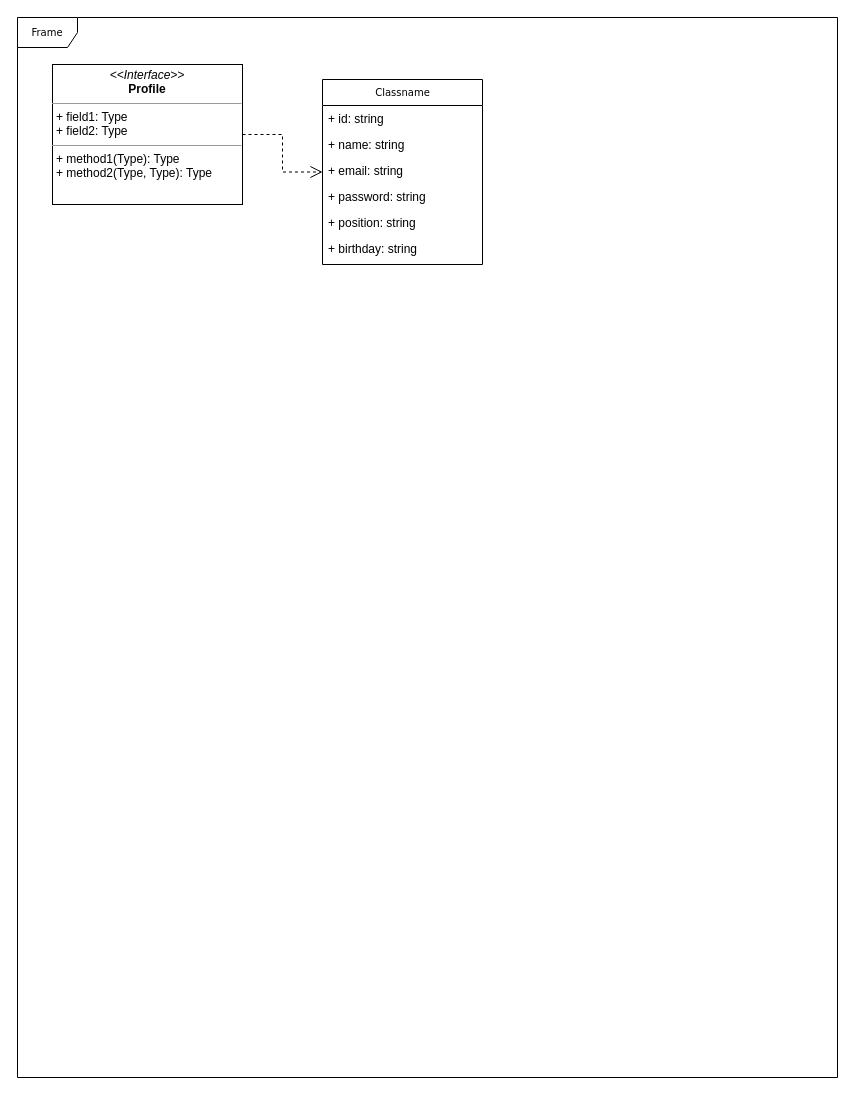
Earlier version of the draw.io diagram terceiromundo.drawio (Murilloxfogaca/Terceiro-Mundo-Futsal). Source tidied: cells renumbered, new cells numbered last; positions are measured from the earlier drawing's top-left corner, leaving out a move shared by most shapes. Both pictures are drawn from the tidied source at 100%, with x=0, y=0 at pixel (17, 17).
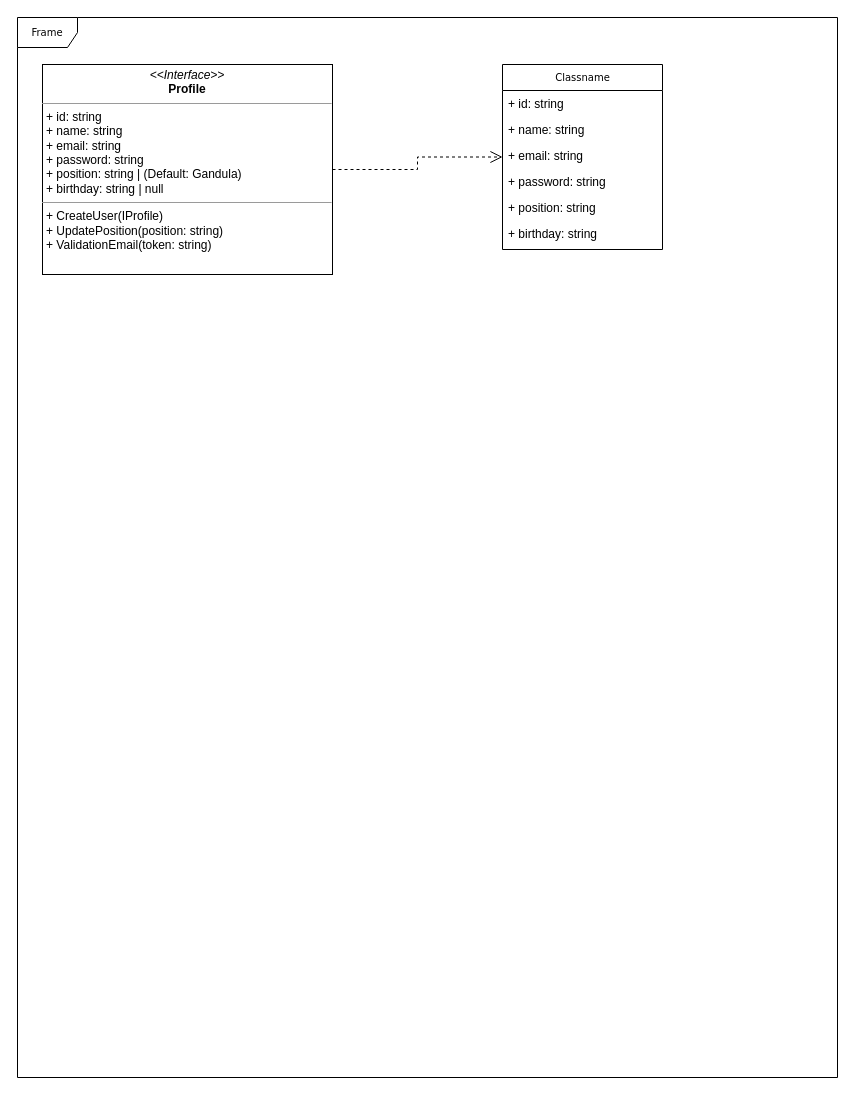
The same diagram, later.

Diff of the diagram source:
```diff
@@
 <mxGraphModel>
   <root>
     <mxCell id="0" />
     <mxCell id="1" parent="0" />
     <mxCell id="2" value="Frame" style="shape=umlFrame;whiteSpace=wrap;html=1;rounded=0;shadow=0;comic=0;labelBackgroundColor=none;strokeWidth=1;fontFamily=Verdana;fontSize=10;align=center;" parent="1" vertex="1">
       <mxGeometry width="820" height="1060" as="geometry" />
     </mxCell>
     <mxCell id="3" value="Classname" style="swimlane;html=1;fontStyle=0;horizontal=1;startSize=26;fillColor=none;swimlaneFillColor=#ffffff;rounded=0;shadow=0;comic=0;labelBackgroundColor=none;strokeWidth=1;fontFamily=Verdana;fontSize=10;align=center;" parent="1" vertex="1">
-      <mxGeometry x="305" y="62" width="160" height="185" as="geometry" />
+      <mxGeometry x="485" y="47" width="160" height="185" as="geometry" />
     </mxCell>
     <mxCell id="4" value="+ id: string" style="text;html=1;strokeColor=none;fillColor=none;align=left;verticalAlign=top;spacingLeft=4;spacingRight=4;whiteSpace=wrap;overflow=hidden;" parent="3" vertex="1">
       <mxGeometry y="26" width="160" height="26" as="geometry" />
     </mxCell>
     <mxCell id="5" value="+ name: string" style="text;html=1;strokeColor=none;fillColor=none;align=left;verticalAlign=top;spacingLeft=4;spacingRight=4;whiteSpace=wrap;overflow=hidden;" parent="3" vertex="1">
       <mxGeometry y="52" width="160" height="26" as="geometry" />
     </mxCell>
     <mxCell id="6" value="+ email: string" style="text;html=1;strokeColor=none;fillColor=none;align=left;verticalAlign=top;spacingLeft=4;spacingRight=4;whiteSpace=wrap;overflow=hidden;" parent="3" vertex="1">
       <mxGeometry y="78" width="160" height="26" as="geometry" />
     </mxCell>
     <mxCell id="7" value="+ password: string" style="text;html=1;strokeColor=none;fillColor=none;align=left;verticalAlign=top;spacingLeft=4;spacingRight=4;whiteSpace=wrap;overflow=hidden;" parent="3" vertex="1">
       <mxGeometry y="104" width="160" height="26" as="geometry" />
     </mxCell>
     <mxCell id="8" value="+ position: string" style="text;html=1;strokeColor=none;fillColor=none;align=left;verticalAlign=top;spacingLeft=4;spacingRight=4;whiteSpace=wrap;overflow=hidden;" parent="3" vertex="1">
       <mxGeometry y="130" width="160" height="26" as="geometry" />
     </mxCell>
     <mxCell id="9" value="+ birthday: string" style="text;html=1;strokeColor=none;fillColor=none;align=left;verticalAlign=top;spacingLeft=4;spacingRight=4;whiteSpace=wrap;overflow=hidden;" parent="3" vertex="1">
       <mxGeometry y="156" width="160" height="26" as="geometry" />
     </mxCell>
     <mxCell id="10" style="edgeStyle=orthogonalEdgeStyle;rounded=0;html=1;labelBackgroundColor=none;startFill=0;endArrow=open;endFill=0;endSize=10;fontFamily=Verdana;fontSize=10;dashed=1;" parent="1" edge="1" source="11" target="3">
       <mxGeometry relative="1" as="geometry" />
     </mxCell>
-    <mxCell id="11" value="&lt;p style=&quot;margin:0px;margin-top:4px;text-align:center;&quot;&gt;&lt;i&gt;&amp;lt;&amp;lt;Interface&amp;gt;&amp;gt;&lt;br&gt;&lt;/i&gt;&lt;b&gt;Profile&lt;/b&gt;&lt;br&gt;&lt;/p&gt;&lt;hr size=&quot;1&quot;&gt;&lt;p style=&quot;margin:0px;margin-left:4px;&quot;&gt;+ field1: Type&lt;br&gt;+ field2: Type&lt;/p&gt;&lt;hr size=&quot;1&quot;&gt;&lt;p style=&quot;margin:0px;margin-left:4px;&quot;&gt;+ method1(Type): Type&lt;br&gt;+ method2(Type, Type): Type&lt;/p&gt;" style="verticalAlign=top;align=left;overflow=fill;fontSize=12;fontFamily=Helvetica;html=1;rounded=0;shadow=0;comic=0;labelBackgroundColor=none;strokeWidth=1;" parent="1" vertex="1">
-      <mxGeometry x="35" y="47" width="190" height="140" as="geometry" />
+    <mxCell id="11" value="&lt;p style=&quot;margin:0px;margin-top:4px;text-align:center;&quot;&gt;&lt;i&gt;&amp;lt;&amp;lt;Interface&amp;gt;&amp;gt;&lt;br&gt;&lt;/i&gt;&lt;b&gt;Profile&lt;/b&gt;&lt;br&gt;&lt;/p&gt;&lt;hr size=&quot;1&quot;&gt;&lt;p style=&quot;margin:0px;margin-left:4px;&quot;&gt;+ id: string&lt;/p&gt;&lt;p style=&quot;margin:0px;margin-left:4px;&quot;&gt;+ name: string&lt;br&gt;+ email: string&lt;/p&gt;&lt;p style=&quot;margin:0px;margin-left:4px;&quot;&gt;+ password: string&lt;/p&gt;&lt;p style=&quot;margin:0px;margin-left:4px;&quot;&gt;+ position: string | (Default: Gandula)&lt;br&gt;&lt;/p&gt;&lt;p style=&quot;margin:0px;margin-left:4px;&quot;&gt;+ birthday: string | null&lt;br&gt;&lt;/p&gt;&lt;hr size=&quot;1&quot;&gt;&lt;p style=&quot;margin:0px;margin-left:4px;&quot;&gt;+ CreateUser(IProfile)&lt;br&gt;+ UpdatePosition(position: string)&lt;/p&gt;&lt;p style=&quot;margin:0px;margin-left:4px;&quot;&gt;+ ValidationEmail(token: string)&lt;/p&gt;" style="verticalAlign=top;align=left;overflow=fill;fontSize=12;fontFamily=Helvetica;html=1;rounded=0;shadow=0;comic=0;labelBackgroundColor=none;strokeWidth=1;" parent="1" vertex="1">
+      <mxGeometry x="25" y="47" width="290" height="210" as="geometry" />
     </mxCell>
   </root>
 </mxGraphModel>
```
